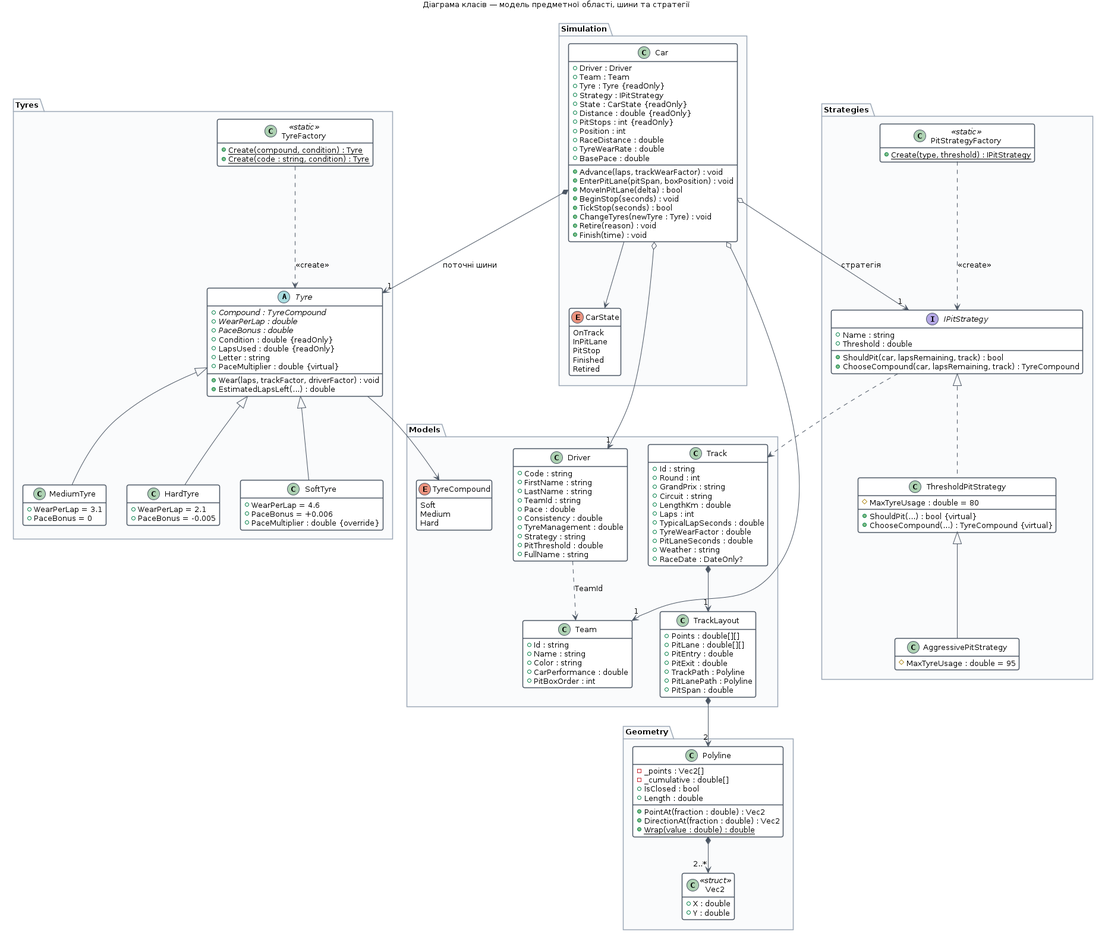
The PlantUML diagram docs/uml/03-class-model.png in makson221/F1RaceSimulator, before a commit. Its source is kept beside it as docs/uml/03-class-model.puml.
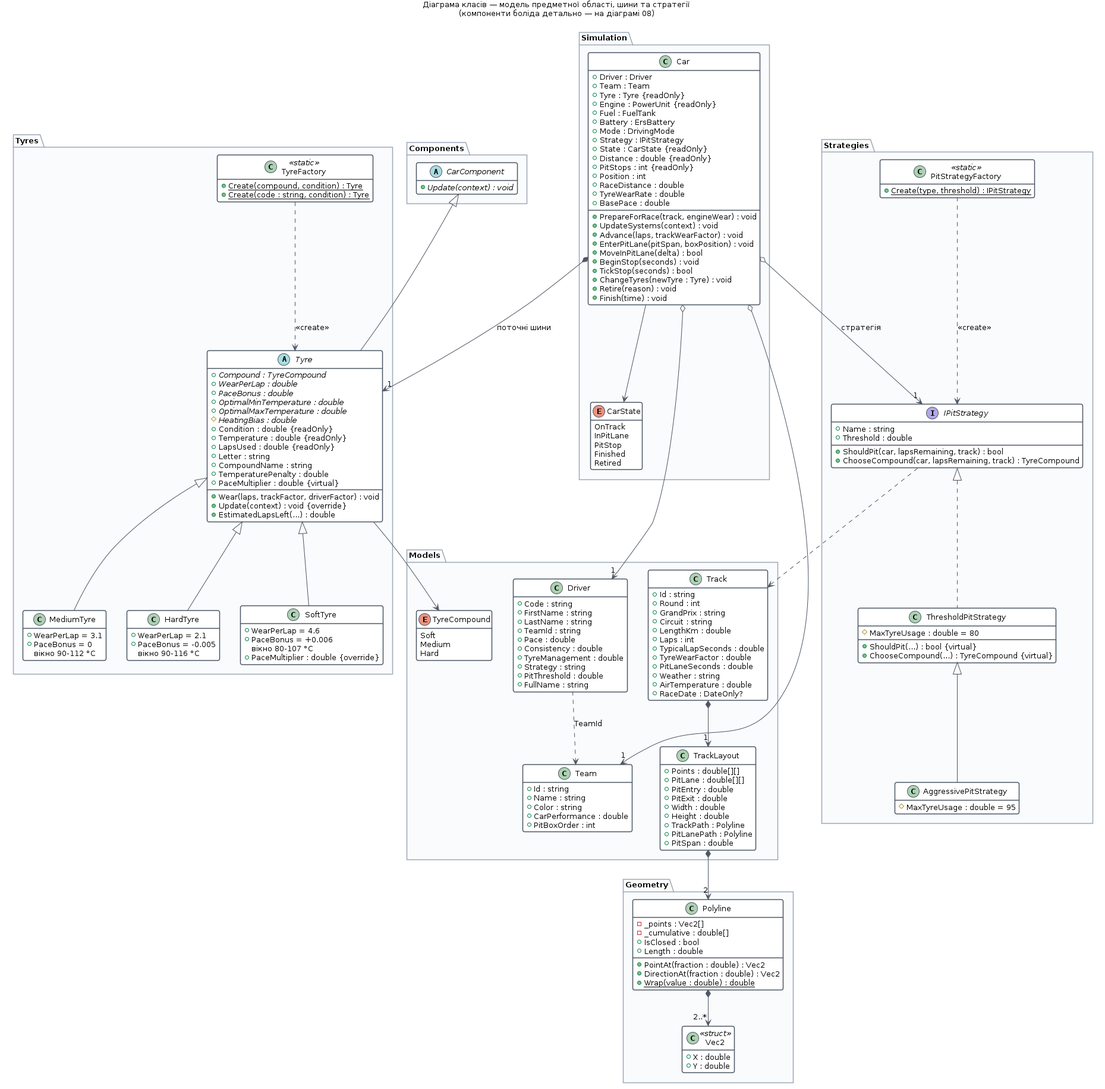
After the commit.

Commit message:
UML: компоненти боліда (нова діаграма 08), оновлені класи і послідовність

Diff of the diagram source:
```diff
@@ -1,6 +1,6 @@
 @startuml class-model
 !include _style.iuml
-title Діаграма класів — модель предметної області, шини та стратегії
+title Діаграма класів — модель предметної області, шини та стратегії\n(компоненти боліда детально — на діаграмі 08)
 
 package "Models" {
   class Team {
@@ -33,6 +33,7 @@
     +TyreWearFactor : double
     +PitLaneSeconds : double
     +Weather : string
+    +AirTemperature : double
     +RaceDate : DateOnly?
   }
   class TrackLayout {
@@ -40,6 +41,8 @@
     +PitLane : double[][]
     +PitEntry : double
     +PitExit : double
+    +Width : double
+    +Height : double
     +TrackPath : Polyline
     +PitLanePath : Polyline
     +PitSpan : double
@@ -67,30 +70,46 @@
   }
 }
 
+package "Components" {
+  abstract class CarComponent {
+    +{abstract} Update(context) : void
+  }
+}
+
 package "Tyres" {
   abstract class Tyre {
     +{abstract} Compound : TyreCompound
     +{abstract} WearPerLap : double
     +{abstract} PaceBonus : double
+    +{abstract} OptimalMinTemperature : double
+    +{abstract} OptimalMaxTemperature : double
+    #{abstract} HeatingBias : double
     +Condition : double {readOnly}
+    +Temperature : double {readOnly}
     +LapsUsed : double {readOnly}
     +Letter : string
+    +CompoundName : string
+    +TemperaturePenalty : double
     +PaceMultiplier : double {virtual}
     +Wear(laps, trackFactor, driverFactor) : void
+    +Update(context) : void {override}
     +EstimatedLapsLeft(...) : double
   }
   class SoftTyre {
     +WearPerLap = 4.6
     +PaceBonus = +0.006
+    вікно 80–107 °C
     +PaceMultiplier : double {override}
   }
   class MediumTyre {
     +WearPerLap = 3.1
     +PaceBonus = 0
+    вікно 90–112 °C
   }
   class HardTyre {
     +WearPerLap = 2.1
     +PaceBonus = -0.005
+    вікно 90–116 °C
   }
   class TyreFactory <<static>> {
     +{static} Create(compound, condition) : Tyre
@@ -123,6 +142,10 @@
     +Driver : Driver
     +Team : Team
     +Tyre : Tyre {readOnly}
+    +Engine : PowerUnit {readOnly}
+    +Fuel : FuelTank
+    +Battery : ErsBattery
+    +Mode : DrivingMode
     +Strategy : IPitStrategy
     +State : CarState {readOnly}
     +Distance : double {readOnly}
@@ -131,6 +154,8 @@
     +RaceDistance : double
     +TyreWearRate : double
     +BasePace : double
+    +PrepareForRace(track, engineWear) : void
+    +UpdateSystems(context) : void
     +Advance(laps, trackWearFactor) : void
     +EnterPitLane(pitSpan, boxPosition) : void
     +MoveInPitLane(delta) : bool
@@ -149,6 +174,7 @@
   }
 }
 
+CarComponent <|-- Tyre
 Tyre <|-- SoftTyre
 Tyre <|-- MediumTyre
 Tyre <|-- HardTyre
```
